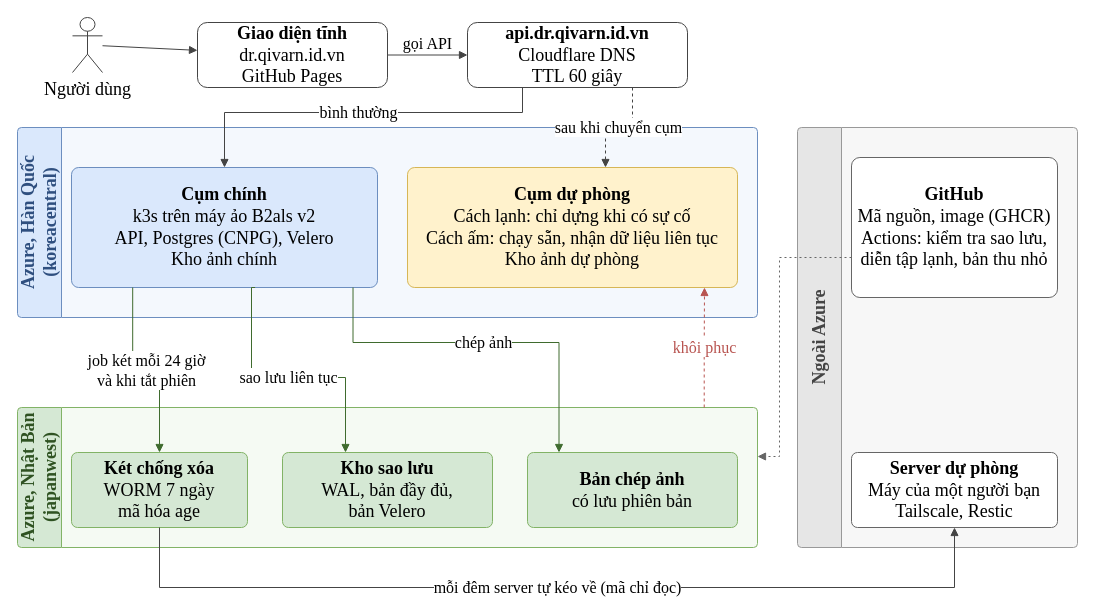
Before: docs/bao-cao/hinh/kien-truc.drawio in qivarnq3g/cloud-native-disaster-recovery, a draw.io diagram. Source tidied: cells renumbered, new cells numbered last; positions are measured from the earlier drawing's top-left corner, leaving out a move shared by most shapes. Both pictures are drawn from the tidied source at 100%, with x=0, y=0 at pixel (17, 17).
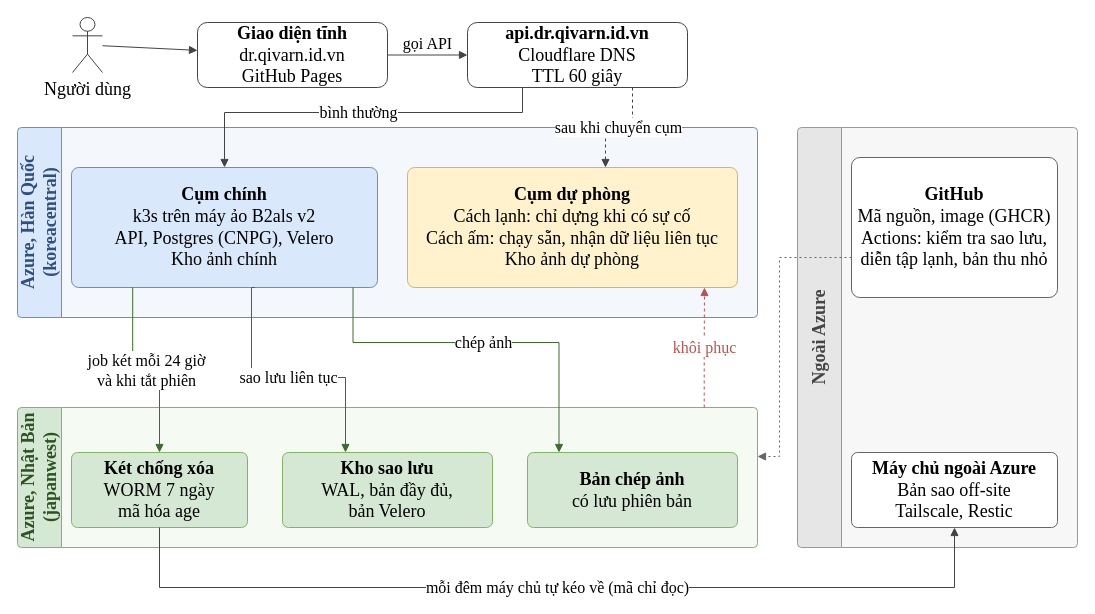
The same page after the edit.

Commit message (it also covers changes not shown here):
Gọi tầng thứ ba là máy chủ ngoài Azure

The change refers to these unchanged cells:
```xml
<mxCell id="10" value="&lt;b&gt;Két chống xóa&lt;/b&gt;&lt;br&gt;WORM 7 ngày&lt;br&gt;mã hóa age" style="rounded=1;arcSize=8;whiteSpace=wrap;html=1;fillColor=#D5E8D4;strokeColor=#82B366;fontFamily=Times New Roman;fontSize=18;" parent="1" vertex="1">
  <mxGeometry x="54" y="435" width="176" height="75" as="geometry" />
</mxCell>
```

The edit, as a diff of the source:
```diff
@@
-    <mxCell id="14" value="&lt;b&gt;Server dự phòng&lt;/b&gt;&lt;br&gt;Máy của một người bạn&lt;br&gt;Tailscale, Restic" style="rounded=1;arcSize=8;whiteSpace=wrap;html=1;fillColor=#FFFFFF;strokeColor=#666666;fontFamily=Times New Roman;fontSize=18;" parent="1" vertex="1">
+    <mxCell id="14" value="&lt;b&gt;Máy chủ ngoài Azure&lt;/b&gt;&lt;br&gt;Bản sao off-site&lt;br&gt;Tailscale, Restic" style="rounded=1;arcSize=8;whiteSpace=wrap;html=1;fillColor=#FFFFFF;strokeColor=#666666;fontFamily=Times New Roman;fontSize=18;" parent="1" vertex="1">
       <mxGeometry x="834" y="435" width="206" height="75" as="geometry" />
     </mxCell>
@@
-    <mxCell id="23" value="mỗi đêm server tự kéo về (mã chỉ đọc)" style="edgeStyle=orthogonalEdgeStyle;rounded=0;endArrow=block;endFill=1;html=1;strokeColor=#444444;fontFamily=Times New Roman;fontSize=16;labelBackgroundColor=#FFFFFF;exitX=0.5;exitY=1;entryX=0.5;entryY=1;" parent="1" edge="1" source="10" target="14">
+    <mxCell id="23" value="mỗi đêm máy chủ tự kéo về (mã chỉ đọc)" style="edgeStyle=orthogonalEdgeStyle;rounded=0;endArrow=block;endFill=1;html=1;strokeColor=#444444;fontFamily=Times New Roman;fontSize=16;labelBackgroundColor=#FFFFFF;exitX=0.5;exitY=1;entryX=0.5;entryY=1;" parent="1" edge="1" source="10" target="14">
       <mxGeometry relative="1" as="geometry">
         <Array as="points">
           <mxPoint x="142" y="570" />
           <mxPoint x="937" y="570" />
         </Array>
       </mxGeometry>
     </mxCell>
```
